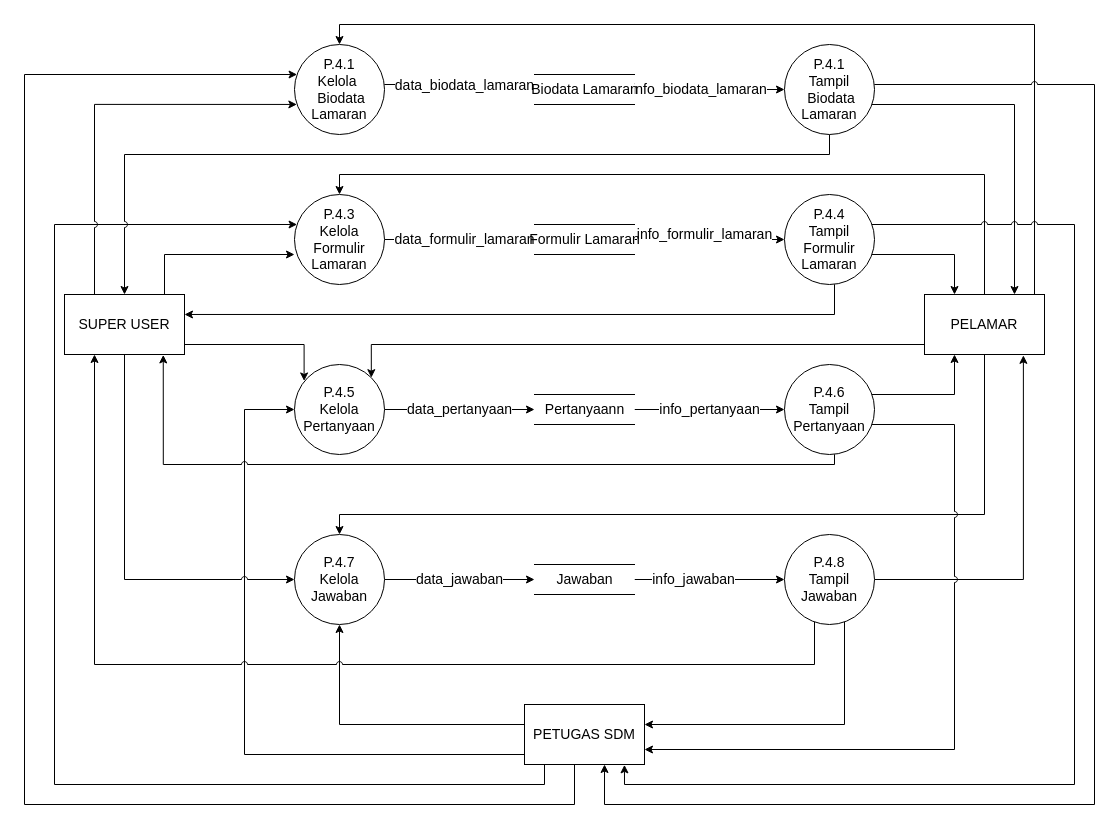
This is page "DFD P.4" (6 of 7) of DFD v2.drawio from keys2505/tugas-akhir, a draw.io file, before an edit. Source tidied: cells renumbered, new cells numbered last; positions are measured from the earlier drawing's top-left corner, leaving out a move shared by most shapes. Both pictures are drawn from the tidied source at 100%, with x=0, y=0 at pixel (24, 24).
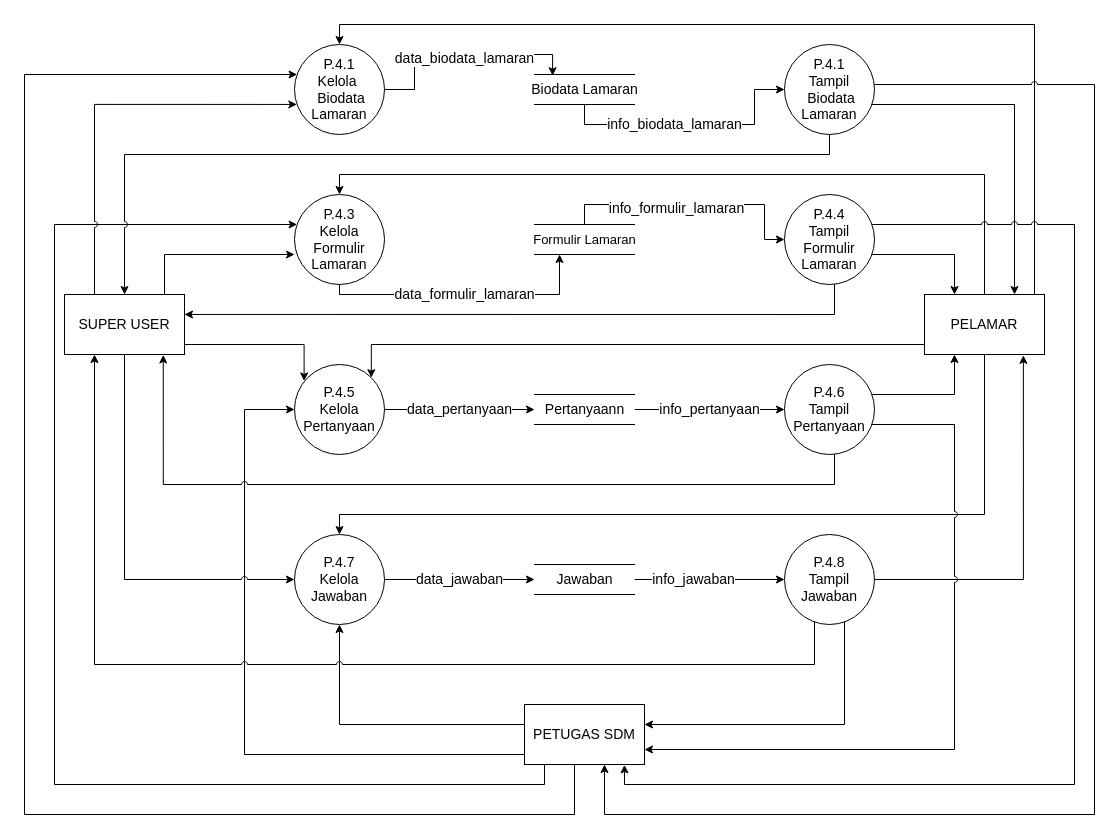
Above is the later version.

The change refers to these unchanged cells:
```xml
<mxCell id="3" value="&lt;div style=&quot;font-size: 14px;&quot;&gt;P.4.1&lt;/div&gt;&lt;div style=&quot;font-size: 14px;&quot;&gt;Kelola&amp;nbsp;&lt;/div&gt;&lt;div style=&quot;font-size: 14px;&quot;&gt;&amp;nbsp;Biodata Lamaran&lt;br style=&quot;font-size: 14px;&quot;&gt;&lt;/div&gt;" style="ellipse;whiteSpace=wrap;html=1;fontSize=14;" parent="1" vertex="1">
  <mxGeometry x="270" y="20" width="90" height="90" as="geometry" />
</mxCell>
<mxCell id="5" value="Biodata Lamaran" style="html=1;dashed=0;whitespace=wrap;shape=partialRectangle;right=0;left=0;fontSize=14;" parent="1" vertex="1">
  <mxGeometry x="510" y="50" width="100" height="30" as="geometry" />
</mxCell>
<mxCell id="10" value="PETUGAS SDM" style="rounded=0;whiteSpace=wrap;html=1;fontSize=14;" parent="1" vertex="1">
  <mxGeometry x="500" y="680" width="120" height="60" as="geometry" />
</mxCell>
<mxCell id="15" value="SUPER USER" style="rounded=0;whiteSpace=wrap;html=1;fontSize=14;" parent="1" vertex="1">
  <mxGeometry x="40" y="270" width="120" height="60" as="geometry" />
</mxCell>
<mxCell id="22" value="&lt;div style=&quot;font-size: 14px;&quot;&gt;P.4.3&lt;/div&gt;&lt;div style=&quot;font-size: 14px;&quot;&gt;Kelola Formulir Lamaran&lt;/div&gt;" style="ellipse;whiteSpace=wrap;html=1;fontSize=14;" parent="1" vertex="1">
  <mxGeometry x="270" y="170" width="90" height="90" as="geometry" />
</mxCell>
<mxCell id="26" value="&lt;div style=&quot;font-size: 14px;&quot;&gt;P.4.1&lt;/div&gt;&lt;div style=&quot;font-size: 14px;&quot;&gt;Tampil&lt;/div&gt;&lt;div style=&quot;font-size: 14px;&quot;&gt;&amp;nbsp;Biodata Lamaran&lt;br style=&quot;font-size: 14px;&quot;&gt;&lt;/div&gt;" style="ellipse;whiteSpace=wrap;html=1;fontSize=14;" parent="1" vertex="1">
  <mxGeometry x="760" y="20" width="90" height="90" as="geometry" />
</mxCell>
<mxCell id="30" value="&lt;div style=&quot;font-size: 14px;&quot;&gt;P.4.4&lt;/div&gt;&lt;div style=&quot;font-size: 14px;&quot;&gt;Tampil Formulir Lamaran&lt;/div&gt;" style="ellipse;whiteSpace=wrap;html=1;fontSize=14;" parent="1" vertex="1">
  <mxGeometry x="760" y="170" width="90" height="90" as="geometry" />
</mxCell>
<mxCell id="35" value="&lt;div style=&quot;font-size: 14px;&quot;&gt;P.4.6&lt;/div&gt;&lt;div style=&quot;font-size: 14px;&quot;&gt;Tampil Pertanyaan&lt;/div&gt;" style="ellipse;whiteSpace=wrap;html=1;fontSize=14;" parent="1" vertex="1">
  <mxGeometry x="760" y="340" width="90" height="90" as="geometry" />
</mxCell>
```

Change to the diagram source:
```diff
@@
+    <mxCell id="49" style="edgeStyle=orthogonalEdgeStyle;rounded=0;jettySize=auto;html=1;entryX=0.181;entryY=0.041;entryDx=0;entryDy=0;entryPerimeter=0;" parent="1" edge="1" source="3" target="5">
+      <mxGeometry relative="1" as="geometry">
+        <Array as="points">
+          <mxPoint x="390" y="65" />
+          <mxPoint x="390" y="30" />
+          <mxPoint x="528" y="30" />
+        </Array>
+      </mxGeometry>
+    </mxCell>
-    <mxCell id="2" value="data_biodata_lamaran" style="edgeStyle=orthogonalEdgeStyle;rounded=0;jettySize=auto;html=1;entryX=-0.04;entryY=0.508;entryDx=0;entryDy=0;entryPerimeter=0;fontSize=14;" parent="1" edge="1" source="3" target="5">
-      <mxGeometry x="0.07" relative="1" as="geometry">
-        <Array as="points">
-          <mxPoint x="440" y="60" />
-          <mxPoint x="440" y="65" />
-        </Array>
+    <mxCell id="2" value="&lt;font style=&quot;font-size: 14px;&quot;&gt;data_biodata_lamaran&lt;/font&gt;" style="edgeLabel;html=1;align=center;verticalAlign=middle;" parent="49" vertex="1">
+      <mxGeometry x="-0.17" y="-3" relative="1" as="geometry">
+        <mxPoint x="21" as="offset" />
       </mxGeometry>
     </mxCell>
@@
-    <mxCell id="4" value="info_biodata_lamaran" style="edgeStyle=orthogonalEdgeStyle;rounded=0;jettySize=auto;html=1;fontSize=14;" parent="1" edge="1" source="5" target="26">
-      <mxGeometry x="-0.12" relative="1" as="geometry">
-        <mxPoint x="-1" as="offset" />
+    <mxCell id="4" value="&lt;span style=&quot;color: rgb(0, 0, 0); font-family: Helvetica; font-size: 14px; font-style: normal; font-variant-ligatures: normal; font-variant-caps: normal; font-weight: 400; letter-spacing: normal; orphans: 2; text-align: center; text-indent: 0px; text-transform: none; widows: 2; word-spacing: 0px; -webkit-text-stroke-width: 0px; background-color: rgb(255, 255, 255); text-decoration-thickness: initial; text-decoration-style: initial; text-decoration-color: initial; float: none; display: inline !important;&quot;&gt;info_biodata_lamaran&lt;/span&gt;" style="edgeStyle=orthogonalEdgeStyle;rounded=0;jettySize=auto;html=1;entryX=0;entryY=0.5;entryDx=0;entryDy=0;" parent="1" edge="1" source="5" target="26">
+      <mxGeometry x="-0.14" relative="1" as="geometry">
+        <Array as="points">
+          <mxPoint x="560" y="100" />
+          <mxPoint x="730" y="100" />
+          <mxPoint x="730" y="65" />
+        </Array>
       </mxGeometry>
     </mxCell>
@@
     <mxCell id="9" style="edgeStyle=orthogonalEdgeStyle;rounded=0;jettySize=auto;html=1;fontSize=14;" parent="1" edge="1" source="10" target="3">
       <mxGeometry relative="1" as="geometry">
         <Array as="points">
-          <mxPoint x="550" y="780" />
-          <mxPoint y="780" />
+          <mxPoint x="550" y="790" />
+          <mxPoint y="790" />
           <mxPoint y="50" />
         </Array>
       </mxGeometry>
     </mxCell>
@@
-    <mxCell id="21" value="data_formulir_lamaran" style="edgeStyle=orthogonalEdgeStyle;rounded=0;jettySize=auto;html=1;entryX=0;entryY=0.5;entryDx=0;entryDy=0;fontSize=14;" parent="1" edge="1" source="22" target="32">
-      <mxGeometry x="0.07" relative="1" as="geometry">
+    <mxCell id="21" value="&lt;font style=&quot;font-size: 14px;&quot;&gt;data_formulir_lamaran&lt;/font&gt;" style="edgeStyle=orthogonalEdgeStyle;rounded=0;jettySize=auto;html=1;entryX=0.25;entryY=1;entryDx=0;entryDy=0;exitX=0.5;exitY=1;exitDx=0;exitDy=0;" parent="1" edge="1" source="22" target="32">
+      <mxGeometry relative="1" as="geometry">
         <Array as="points">
-          <mxPoint x="430" y="215" />
-          <mxPoint x="430" y="215" />
+          <mxPoint x="315" y="270" />
+          <mxPoint x="535" y="270" />
         </Array>
       </mxGeometry>
     </mxCell>
@@
     <mxCell id="25" style="edgeStyle=orthogonalEdgeStyle;rounded=0;jettySize=auto;html=1;entryX=0.667;entryY=1;entryDx=0;entryDy=0;entryPerimeter=0;jumpStyle=arc;fontSize=14;" parent="1" edge="1" source="26" target="10">
       <mxGeometry relative="1" as="geometry">
         <Array as="points">
           <mxPoint x="1070" y="60" />
-          <mxPoint x="1070" y="780" />
-          <mxPoint x="580" y="780" />
+          <mxPoint x="1070" y="790" />
+          <mxPoint x="580" y="790" />
         </Array>
       </mxGeometry>
     </mxCell>
@@
+    <mxCell id="50" style="edgeStyle=orthogonalEdgeStyle;rounded=0;jettySize=auto;html=1;entryX=0;entryY=0.5;entryDx=0;entryDy=0;" parent="1" edge="1" source="32" target="30">
+      <mxGeometry relative="1" as="geometry">
+        <Array as="points">
+          <mxPoint x="560" y="180" />
+          <mxPoint x="740" y="180" />
+          <mxPoint x="740" y="215" />
+        </Array>
+      </mxGeometry>
+    </mxCell>
-    <mxCell id="31" value="info_formulir_lamaran" style="edgeStyle=orthogonalEdgeStyle;rounded=0;jettySize=auto;html=1;fontSize=14;" parent="1" edge="1" source="32" target="30">
-      <mxGeometry x="-0.07" y="5" relative="1" as="geometry" />
+    <mxCell id="31" value="&lt;font style=&quot;font-size: 14px;&quot;&gt;info_formulir_lamaran&lt;/font&gt;" style="edgeLabel;html=1;align=center;verticalAlign=middle;" parent="50" vertex="1">
+      <mxGeometry x="-0.19" y="-3" relative="1" as="geometry">
+        <mxPoint x="8" as="offset" />
+      </mxGeometry>
     </mxCell>
-    <mxCell id="32" value="Formulir Lamaran" style="html=1;dashed=0;whitespace=wrap;shape=partialRectangle;right=0;left=0;fontSize=14;" parent="1" vertex="1">
+    <mxCell id="32" value="&lt;font style=&quot;font-size: 13px;&quot;&gt;Formulir Lamaran&lt;/font&gt;" style="html=1;dashed=0;whitespace=wrap;shape=partialRectangle;right=0;left=0;fontSize=14;" parent="1" vertex="1">
       <mxGeometry x="510" y="200" width="100" height="30" as="geometry" />
     </mxCell>
     <mxCell id="33" style="edgeStyle=orthogonalEdgeStyle;rounded=0;jettySize=auto;html=1;entryX=0.823;entryY=1.007;entryDx=0;entryDy=0;entryPerimeter=0;jumpStyle=arc;fontSize=14;" parent="1" edge="1" source="35" target="15">
       <mxGeometry relative="1" as="geometry">
         <Array as="points">
-          <mxPoint x="810" y="440" />
-          <mxPoint x="139" y="440" />
+          <mxPoint x="810" y="460" />
+          <mxPoint x="139" y="460" />
         </Array>
       </mxGeometry>
     </mxCell>
```
